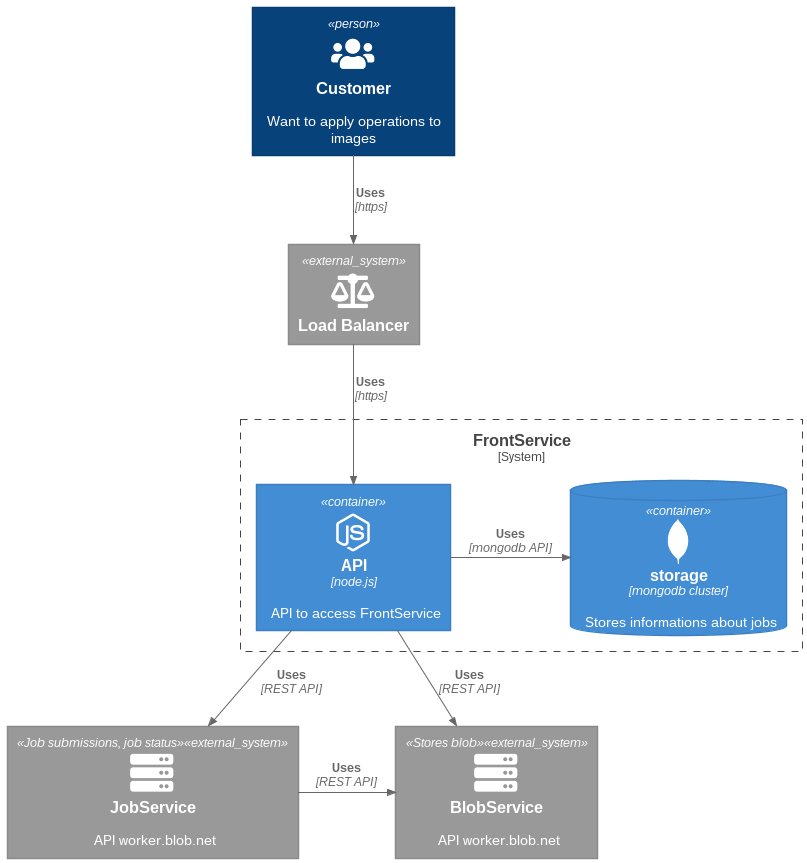
enricodangelo/ptc_test keeps this PlantUML diagram as out/diagrams/c4_container/c4_container.png. Above is the earlier version.
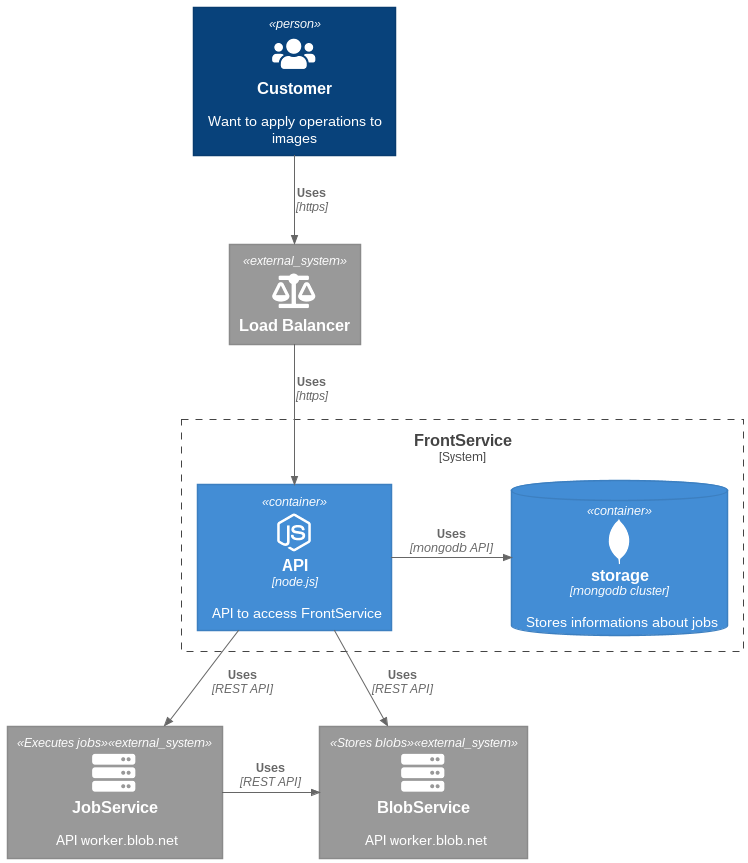
After the commit.

What changed in the source:
```diff
@@ -18,8 +18,8 @@
     Container(fsapi, "API", "node.js", API to access FrontService, $sprite="nodejs_small")
     ContainerDb(fsdb, "storage", "mongodb cluster", "Stores informations about jobs", $sprite="mongodb")
 }
-System_Ext(jsapi, "JobService", "API worker.blob.net", "Job submissions, job status", $sprite="server")
-System_Ext(bsapi, "BlobService", "API worker.blob.net", "Stores blob", $sprite="server")
+System_Ext(jsapi, "JobService", "API worker.blob.net", "Executes jobs", $sprite="server")
+System_Ext(bsapi, "BlobService", "API worker.blob.net", "Stores blobs", $sprite="server")
 
 
 Rel(user, lb, "Uses", "https")
```
